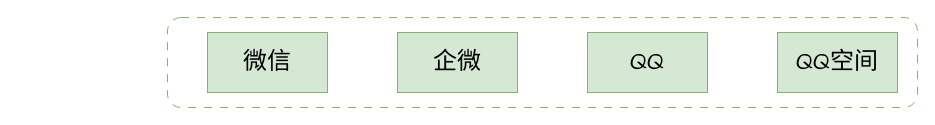
Above: 私域工具终极形态.drawio in skindhu/9GAG (draw.io), before the change. Source tidied: cells renumbered, new cells numbered last; positions are measured from the earlier drawing's top-left corner, leaving out a move shared by most shapes. Both pictures are drawn from the tidied source at 100%, with x=0, y=0 at pixel (167, 17).
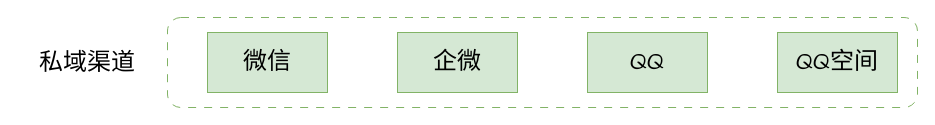
Above is the later version.

Commit message (it also covers changes not shown here):
更新私域工具终极形态.drawio

The edit, as a diff of the source:
```diff
@@
 <mxGraphModel>
   <root>
     <mxCell id="0" />
     <mxCell id="1" parent="0" />
     <mxCell id="2" style="rounded=1;whiteSpace=wrap;html=1;hachureGap=4;strokeColor=#82b366;align=center;verticalAlign=middle;fontFamily=Architects Daughter;fontSize=12;fillColor=none;dashed=1;dashPattern=8 8;" parent="1" vertex="1">
       <mxGeometry width="750" height="90" as="geometry" />
     </mxCell>
     <mxCell id="3" value="微信" style="rounded=0;whiteSpace=wrap;html=1;hachureGap=4;strokeColor=#82b366;align=center;verticalAlign=middle;fontFamily=Architects Daughter;fontSize=24;fillColor=#d5e8d4;" parent="1" vertex="1">
       <mxGeometry x="40" y="15" width="120" height="60" as="geometry" />
     </mxCell>
     <mxCell id="4" value="企微" style="rounded=0;whiteSpace=wrap;html=1;hachureGap=4;strokeColor=#82b366;align=center;verticalAlign=middle;fontFamily=Architects Daughter;fontSize=24;fillColor=#d5e8d4;" parent="1" vertex="1">
       <mxGeometry x="230" y="15" width="120" height="60" as="geometry" />
     </mxCell>
     <mxCell id="5" value="QQ" style="rounded=0;whiteSpace=wrap;html=1;hachureGap=4;strokeColor=#82b366;align=center;verticalAlign=middle;fontFamily=Architects Daughter;fontSize=24;fillColor=#d5e8d4;" parent="1" vertex="1">
       <mxGeometry x="420" y="15" width="120" height="60" as="geometry" />
     </mxCell>
     <mxCell id="6" value="QQ空间" style="rounded=0;whiteSpace=wrap;html=1;hachureGap=4;strokeColor=#82b366;align=center;verticalAlign=middle;fontFamily=Architects Daughter;fontSize=24;fillColor=#d5e8d4;" parent="1" vertex="1">
       <mxGeometry x="610" y="15" width="120" height="60" as="geometry" />
     </mxCell>
+    <mxCell id="7" value="私域渠道" style="text;html=1;align=center;verticalAlign=middle;whiteSpace=wrap;rounded=0;fontFamily=Helvetica;fontSize=24;fontColor=default;" parent="1" vertex="1">
+      <mxGeometry x="-150" y="30" width="140" height="30" as="geometry" />
+    </mxCell>
   </root>
 </mxGraphModel>
```
